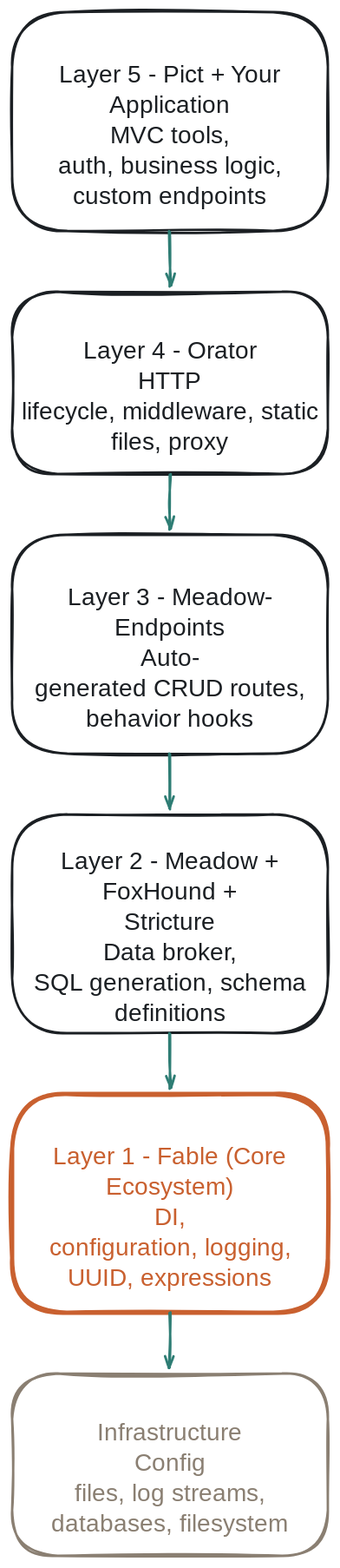
stevenvelozo/retold keeps this Excalidraw diagram as docs/architecture/diagrams/layer-model.svg. Above is the earlier version. Source tidied: one line per element, renumbered; positions are measured from the earlier drawing's top-left corner, leaving out a move shared by most shapes. Source of this version:
```json
{"id": 0, "type": "rectangle", "strokeColor": "#1B1F23", "strokeWidth": 2, "roughness": 1, "round": true, "x": 0, "y": 0, "width": 260, "height": 180}
{"id": 1, "type": "rectangle", "strokeColor": "#1B1F23", "strokeWidth": 2, "roughness": 1, "round": true, "x": 0, "y": 230, "width": 260, "height": 150}
{"id": 2, "type": "rectangle", "strokeColor": "#1B1F23", "strokeWidth": 2, "roughness": 1, "round": true, "x": 0, "y": 430, "width": 260, "height": 180}
{"id": 3, "type": "rectangle", "strokeColor": "#1B1F23", "strokeWidth": 2, "roughness": 1, "round": true, "x": 0, "y": 660, "width": 260, "height": 180}
{"id": 4, "type": "rectangle", "strokeColor": "#C9602F", "strokeWidth": 3.5, "roughness": 1, "round": true, "x": 0, "y": 890, "width": 260, "height": 180}
{"id": 5, "type": "rectangle", "strokeColor": "#8A7F72", "strokeWidth": 2, "roughness": 1, "round": true, "x": 0, "y": 1120, "width": 260, "height": 150}
{"id": 6, "type": "arrow", "strokeColor": "#2E7D74", "strokeWidth": 2, "roughness": 1, "endArrowhead": "arrow", "round": true, "from": 0, "to": 1, "x": 130, "y": 180, "width": 0, "height": 45, "points": [[0, 0], [0, 24], [0, 45]]}
{"id": 7, "type": "arrow", "strokeColor": "#2E7D74", "strokeWidth": 2, "roughness": 1, "endArrowhead": "arrow", "round": true, "from": 1, "to": 2, "x": 130, "y": 380, "width": 0, "height": 45, "points": [[0, 0], [0, 24], [0, 45]]}
{"id": 8, "type": "arrow", "strokeColor": "#2E7D74", "strokeWidth": 2, "roughness": 1, "endArrowhead": "arrow", "round": true, "from": 2, "to": 3, "x": 130, "y": 610, "width": 0, "height": 45, "points": [[0, 0], [0, 24], [0, 45]]}
{"id": 9, "type": "arrow", "strokeColor": "#2E7D74", "strokeWidth": 2, "roughness": 1, "endArrowhead": "arrow", "round": true, "from": 3, "to": 4, "x": 130, "y": 840, "width": 0, "height": 45, "points": [[0, 0], [0, 24], [0, 45]]}
{"id": 10, "type": "arrow", "strokeColor": "#2E7D74", "strokeWidth": 2, "roughness": 1, "endArrowhead": "arrow", "round": true, "from": 4, "to": 5, "x": 130, "y": 1070, "width": 0, "height": 45, "points": [[0, 0], [0, 24], [0, 45]]}
{"id": 11, "type": "text", "text": "Layer 5 - Pict + Your\nApplication\nMVC tools,\nauth, business logic,\ncustom endpoints", "strokeColor": "#1B1F23", "strokeWidth": 2, "roughness": 1, "fontSize": 20, "fontFamily": 5, "textAlign": "center", "verticalAlign": "middle", "inside": 0, "x": 12, "y": 40, "width": 237, "height": 100}
{"id": 12, "type": "text", "text": "Layer 4 - Orator\nHTTP\nlifecycle, middleware, static\nfiles, proxy", "strokeColor": "#1B1F23", "strokeWidth": 2, "roughness": 1, "fontSize": 20, "fontFamily": 5, "textAlign": "center", "verticalAlign": "middle", "inside": 1, "x": 9, "y": 268, "width": 242, "height": 75}
{"id": 13, "type": "text", "text": "Layer 3 - Meadow-\nEndpoints\nAuto-\ngenerated CRUD routes,\nbehavior hooks", "strokeColor": "#1B1F23", "strokeWidth": 2, "roughness": 1, "fontSize": 20, "fontFamily": 5, "textAlign": "center", "verticalAlign": "middle", "inside": 2, "x": 20, "y": 470, "width": 220, "height": 100}
{"id": 14, "type": "text", "text": "Layer 2 - Meadow +\nFoxHound +\nStricture\nData broker,\nSQL generation, schema\ndefinitions", "strokeColor": "#1B1F23", "strokeWidth": 2, "roughness": 1, "fontSize": 20, "fontFamily": 5, "textAlign": "center", "verticalAlign": "middle", "inside": 3, "x": 18, "y": 688, "width": 225, "height": 125}
{"id": 15, "type": "text", "text": "Layer 1 - Fable (Core\nEcosystem)\nDI,\nconfiguration, logging,\nUUID, expressions", "strokeColor": "#C9602F", "strokeWidth": 2, "roughness": 1, "fontSize": 20, "fontFamily": 5, "textAlign": "center", "verticalAlign": "middle", "inside": 4, "x": 32, "y": 930, "width": 196, "height": 100}
{"id": 16, "type": "text", "text": "Infrastructure\nConfig\nfiles, log streams,\ndatabases, filesystem", "strokeColor": "#8A7F72", "strokeWidth": 2, "roughness": 1, "fontSize": 20, "fontFamily": 5, "textAlign": "center", "verticalAlign": "middle", "inside": 5, "x": 22, "y": 1158, "width": 217, "height": 75}
```
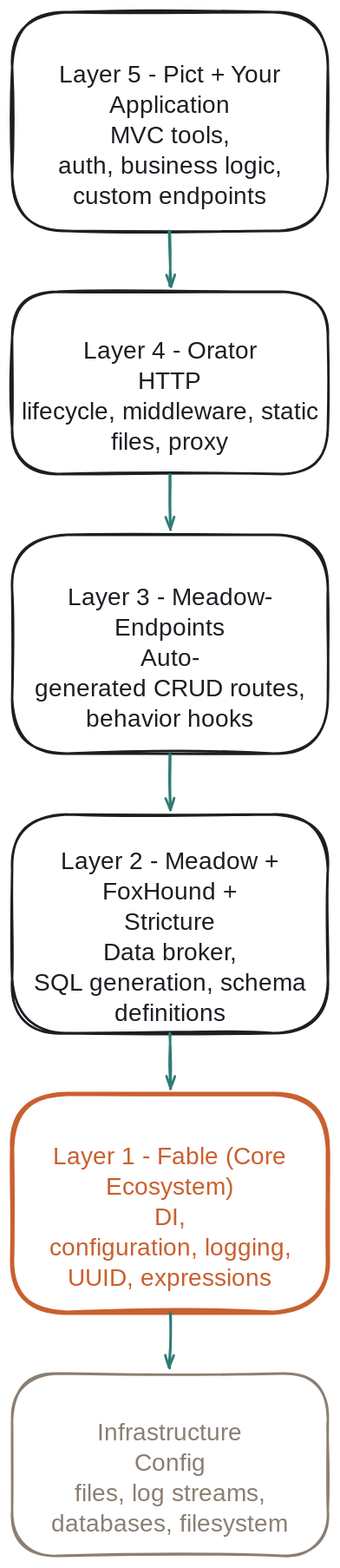
After the commit.

Diff of the diagram source:
```diff
@@ -1,17 +1,17 @@
-{"id": 0, "type": "rectangle", "strokeColor": "#1B1F23", "strokeWidth": 2, "roughness": 1, "round": true, "x": 0, "y": 0, "width": 260, "height": 180}
-{"id": 1, "type": "rectangle", "strokeColor": "#1B1F23", "strokeWidth": 2, "roughness": 1, "round": true, "x": 0, "y": 230, "width": 260, "height": 150}
-{"id": 2, "type": "rectangle", "strokeColor": "#1B1F23", "strokeWidth": 2, "roughness": 1, "round": true, "x": 0, "y": 430, "width": 260, "height": 180}
-{"id": 3, "type": "rectangle", "strokeColor": "#1B1F23", "strokeWidth": 2, "roughness": 1, "round": true, "x": 0, "y": 660, "width": 260, "height": 180}
-{"id": 4, "type": "rectangle", "strokeColor": "#C9602F", "strokeWidth": 3.5, "roughness": 1, "round": true, "x": 0, "y": 890, "width": 260, "height": 180}
-{"id": 5, "type": "rectangle", "strokeColor": "#8A7F72", "strokeWidth": 2, "roughness": 1, "round": true, "x": 0, "y": 1120, "width": 260, "height": 150}
-{"id": 6, "type": "arrow", "strokeColor": "#2E7D74", "strokeWidth": 2, "roughness": 1, "endArrowhead": "arrow", "round": true, "from": 0, "to": 1, "x": 130, "y": 180, "width": 0, "height": 45, "points": [[0, 0], [0, 24], [0, 45]]}
-{"id": 7, "type": "arrow", "strokeColor": "#2E7D74", "strokeWidth": 2, "roughness": 1, "endArrowhead": "arrow", "round": true, "from": 1, "to": 2, "x": 130, "y": 380, "width": 0, "height": 45, "points": [[0, 0], [0, 24], [0, 45]]}
-{"id": 8, "type": "arrow", "strokeColor": "#2E7D74", "strokeWidth": 2, "roughness": 1, "endArrowhead": "arrow", "round": true, "from": 2, "to": 3, "x": 130, "y": 610, "width": 0, "height": 45, "points": [[0, 0], [0, 24], [0, 45]]}
-{"id": 9, "type": "arrow", "strokeColor": "#2E7D74", "strokeWidth": 2, "roughness": 1, "endArrowhead": "arrow", "round": true, "from": 3, "to": 4, "x": 130, "y": 840, "width": 0, "height": 45, "points": [[0, 0], [0, 24], [0, 45]]}
-{"id": 10, "type": "arrow", "strokeColor": "#2E7D74", "strokeWidth": 2, "roughness": 1, "endArrowhead": "arrow", "round": true, "from": 4, "to": 5, "x": 130, "y": 1070, "width": 0, "height": 45, "points": [[0, 0], [0, 24], [0, 45]]}
+{"id": 17, "type": "rectangle", "strokeColor": "#1B1F23", "strokeWidth": 2, "roughness": 1, "round": true, "x": 0, "y": 0, "width": 260, "height": 180}
+{"id": 18, "type": "rectangle", "strokeColor": "#1B1F23", "strokeWidth": 2, "roughness": 1, "round": true, "x": 0, "y": 230, "width": 260, "height": 150}
+{"id": 19, "type": "rectangle", "strokeColor": "#1B1F23", "strokeWidth": 2, "roughness": 1, "round": true, "x": 0, "y": 430, "width": 260, "height": 180}
+{"id": 20, "type": "rectangle", "strokeColor": "#1B1F23", "strokeWidth": 2, "roughness": 1, "round": true, "x": 0, "y": 660, "width": 260, "height": 180}
+{"id": 21, "type": "rectangle", "strokeColor": "#C9602F", "strokeWidth": 3.5, "roughness": 1, "round": true, "x": 0, "y": 890, "width": 260, "height": 180}
+{"id": 22, "type": "rectangle", "strokeColor": "#8A7F72", "strokeWidth": 2, "roughness": 1, "round": true, "x": 0, "y": 1120, "width": 260, "height": 150}
+{"id": 23, "type": "arrow", "strokeColor": "#2E7D74", "strokeWidth": 2, "roughness": 1, "endArrowhead": "arrow", "round": true, "from": 17, "to": 18, "x": 130, "y": 180, "width": 0, "height": 45, "points": [[0, 0], [0, 24], [0, 45]]}
+{"id": 24, "type": "arrow", "strokeColor": "#2E7D74", "strokeWidth": 2, "roughness": 1, "endArrowhead": "arrow", "round": true, "from": 18, "to": 19, "x": 130, "y": 380, "width": 0, "height": 45, "points": [[0, 0], [0, 24], [0, 45]]}
+{"id": 25, "type": "arrow", "strokeColor": "#2E7D74", "strokeWidth": 2, "roughness": 1, "endArrowhead": "arrow", "round": true, "from": 19, "to": 20, "x": 130, "y": 610, "width": 0, "height": 45, "points": [[0, 0], [0, 24], [0, 45]]}
+{"id": 26, "type": "arrow", "strokeColor": "#2E7D74", "strokeWidth": 2, "roughness": 1, "endArrowhead": "arrow", "round": true, "from": 20, "to": 21, "x": 130, "y": 840, "width": 0, "height": 45, "points": [[0, 0], [0, 24], [0, 45]]}
+{"id": 27, "type": "arrow", "strokeColor": "#2E7D74", "strokeWidth": 2, "roughness": 1, "endArrowhead": "arrow", "round": true, "from": 21, "to": 22, "x": 130, "y": 1070, "width": 0, "height": 45, "points": [[0, 0], [0, 24], [0, 45]]}
-{"id": 11, "type": "text", "text": "Layer 5 - Pict + Your\nApplication\nMVC tools,\nauth, business logic,\ncustom endpoints", "strokeColor": "#1B1F23", "strokeWidth": 2, "roughness": 1, "fontSize": 20, "fontFamily": 5, "textAlign": "center", "verticalAlign": "middle", "inside": 0, "x": 12, "y": 40, "width": 237, "height": 100}
+{"id": 11, "type": "text", "text": "Layer 5 - Pict + Your\nApplication\nMVC tools,\nauth, business logic,\ncustom endpoints", "strokeColor": "#1B1F23", "strokeWidth": 2, "roughness": 1, "fontSize": 20, "fontFamily": 5, "textAlign": "center", "verticalAlign": "middle", "inside": 17, "x": 12, "y": 40, "width": 237, "height": 100}
-{"id": 12, "type": "text", "text": "Layer 4 - Orator\nHTTP\nlifecycle, middleware, static\nfiles, proxy", "strokeColor": "#1B1F23", "strokeWidth": 2, "roughness": 1, "fontSize": 20, "fontFamily": 5, "textAlign": "center", "verticalAlign": "middle", "inside": 1, "x": 9, "y": 268, "width": 242, "height": 75}
+{"id": 12, "type": "text", "text": "Layer 4 - Orator\nHTTP\nlifecycle, middleware, static\nfiles, proxy", "strokeColor": "#1B1F23", "strokeWidth": 2, "roughness": 1, "fontSize": 20, "fontFamily": 5, "textAlign": "center", "verticalAlign": "middle", "inside": 18, "x": 9, "y": 268, "width": 242, "height": 75}
-{"id": 13, "type": "text", "text": "Layer 3 - Meadow-\nEndpoints\nAuto-\ngenerated CRUD routes,\nbehavior hooks", "strokeColor": "#1B1F23", "strokeWidth": 2, "roughness": 1, "fontSize": 20, "fontFamily": 5, "textAlign": "center", "verticalAlign": "middle", "inside": 2, "x": 20, "y": 470, "width": 220, "height": 100}
+{"id": 13, "type": "text", "text": "Layer 3 - Meadow-\nEndpoints\nAuto-\ngenerated CRUD routes,\nbehavior hooks", "strokeColor": "#1B1F23", "strokeWidth": 2, "roughness": 1, "fontSize": 20, "fontFamily": 5, "textAlign": "center", "verticalAlign": "middle", "inside": 19, "x": 20, "y": 470, "width": 220, "height": 100}
-{"id": 14, "type": "text", "text": "Layer 2 - Meadow +\nFoxHound +\nStricture\nData broker,\nSQL generation, schema\ndefinitions", "strokeColor": "#1B1F23", "strokeWidth": 2, "roughness": 1, "fontSize": 20, "fontFamily": 5, "textAlign": "center", "verticalAlign": "middle", "inside": 3, "x": 18, "y": 688, "width": 225, "height": 125}
+{"id": 14, "type": "text", "text": "Layer 2 - Meadow +\nFoxHound +\nStricture\nData broker,\nSQL generation, schema\ndefinitions", "strokeColor": "#1B1F23", "strokeWidth": 2, "roughness": 1, "fontSize": 20, "fontFamily": 5, "textAlign": "center", "verticalAlign": "middle", "inside": 20, "x": 18, "y": 688, "width": 225, "height": 125}
-{"id": 15, "type": "text", "text": "Layer 1 - Fable (Core\nEcosystem)\nDI,\nconfiguration, logging,\nUUID, expressions", "strokeColor": "#C9602F", "strokeWidth": 2, "roughness": 1, "fontSize": 20, "fontFamily": 5, "textAlign": "center", "verticalAlign": "middle", "inside": 4, "x": 32, "y": 930, "width": 196, "height": 100}
+{"id": 15, "type": "text", "text": "Layer 1 - Fable (Core\nEcosystem)\nDI,\nconfiguration, logging,\nUUID, expressions", "strokeColor": "#C9602F", "strokeWidth": 2, "roughness": 1, "fontSize": 20, "fontFamily": 5, "textAlign": "center", "verticalAlign": "middle", "inside": 21, "x": 32, "y": 930, "width": 196, "height": 100}
-{"id": 16, "type": "text", "text": "Infrastructure\nConfig\nfiles, log streams,\ndatabases, filesystem", "strokeColor": "#8A7F72", "strokeWidth": 2, "roughness": 1, "fontSize": 20, "fontFamily": 5, "textAlign": "center", "verticalAlign": "middle", "inside": 5, "x": 22, "y": 1158, "width": 217, "height": 75}
+{"id": 16, "type": "text", "text": "Infrastructure\nConfig\nfiles, log streams,\ndatabases, filesystem", "strokeColor": "#8A7F72", "strokeWidth": 2, "roughness": 1, "fontSize": 20, "fontFamily": 5, "textAlign": "center", "verticalAlign": "middle", "inside": 22, "x": 22, "y": 1158, "width": 217, "height": 75}
```
